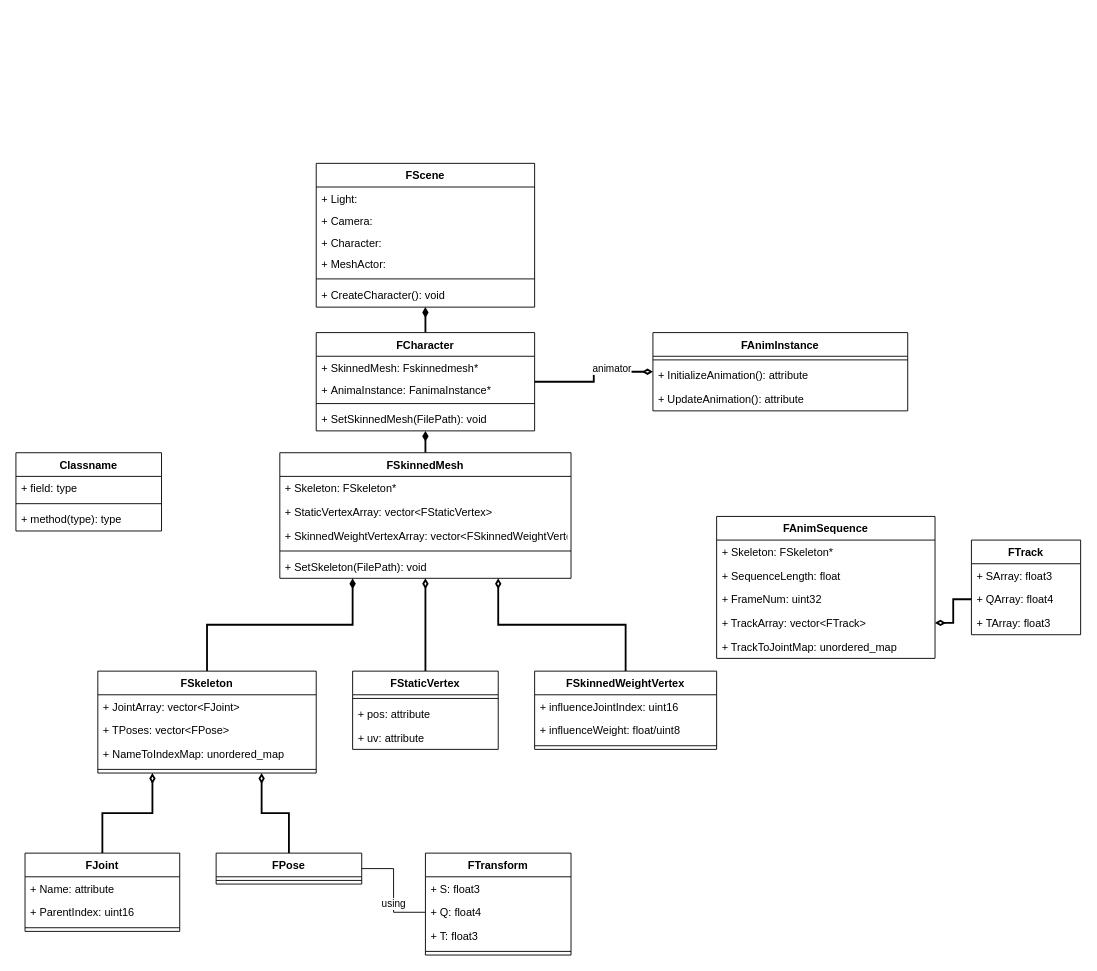
Mag357num/D3D12DrawMesh keeps this draw.io diagram as UML_SkeletonMesh.drawio. Above is the earlier version. Source tidied: cells renumbered, new cells numbered last; positions are measured from the earlier drawing's top-left corner, leaving out a move shared by most shapes. Both pictures are drawn from the tidied source at 91%, with x=0, y=0 at pixel (15, 163).
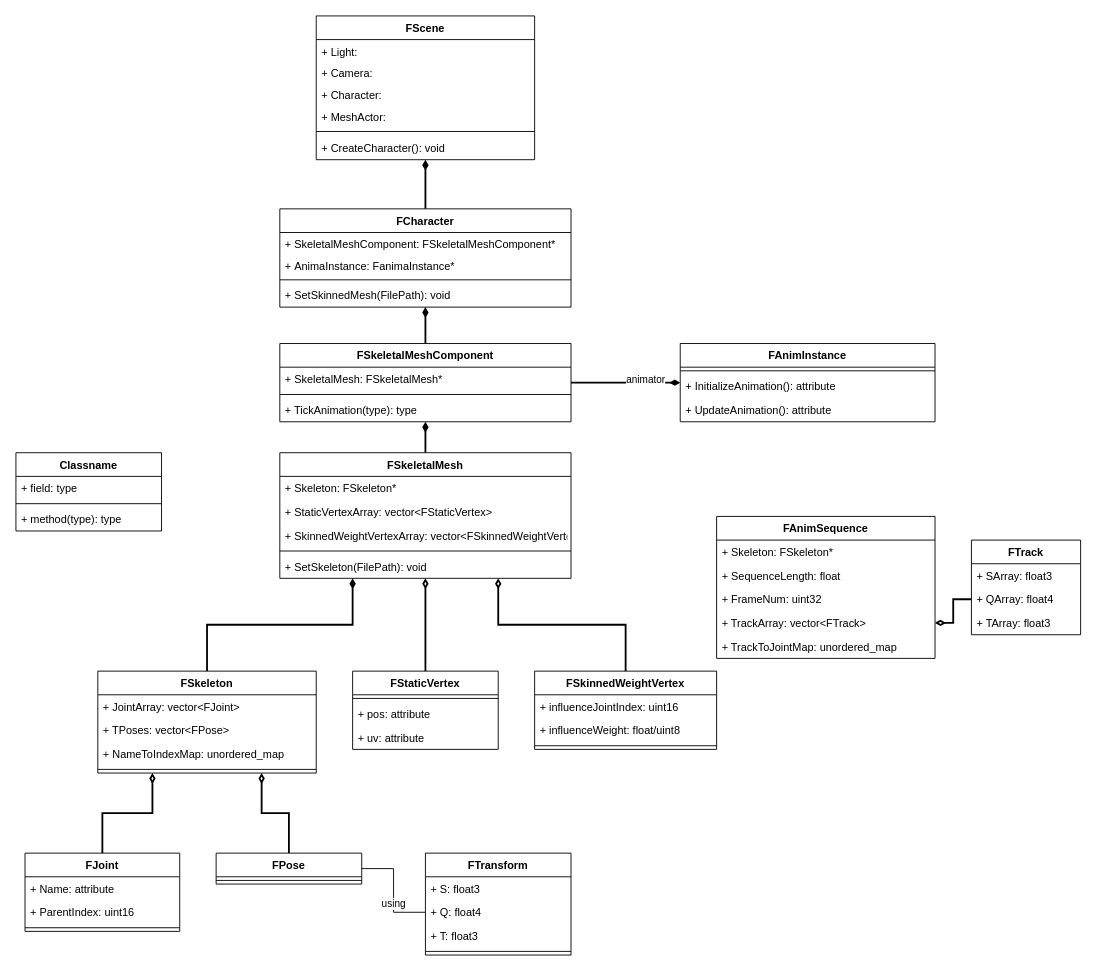
The same diagram, later.

Diff of the diagram source:
```diff
@@
-    <mxCell id="3" style="edgeStyle=orthogonalEdgeStyle;rounded=0;jettySize=auto;html=1;endArrow=diamondThin;endFill=0;strokeWidth=2;" parent="1" edge="1" source="5" target="70">
+    <mxCell id="3" style="edgeStyle=orthogonalEdgeStyle;rounded=0;jettySize=auto;html=1;endArrow=diamondThin;endFill=1;strokeWidth=2;" parent="1" edge="1" source="76" target="70">
       <mxGeometry relative="1" as="geometry" />
     </mxCell>
@@
     <mxCell id="5" value="FCharacter" style="swimlane;fontStyle=1;align=center;verticalAlign=top;horizontal=1;startSize=26;" parent="1" vertex="1">
-      <mxGeometry x="330" y="186" width="240" height="108" as="geometry" />
+      <mxGeometry x="290" y="50" width="320" height="108" as="geometry" />
     </mxCell>
-    <mxCell id="6" value="+ SkinnedMesh: Fskinnedmesh*" style="text;strokeColor=none;fillColor=none;align=left;verticalAlign=top;spacingLeft=4;spacingRight=4;overflow=hidden;" parent="5" vertex="1">
-      <mxGeometry y="26" width="240" height="24" as="geometry" />
+    <mxCell id="6" value="+ SkeletalMeshComponent: FSkeletalMeshComponent*" style="text;strokeColor=none;fillColor=none;align=left;verticalAlign=top;spacingLeft=4;spacingRight=4;overflow=hidden;" parent="5" vertex="1">
+      <mxGeometry y="26" width="320" height="24" as="geometry" />
     </mxCell>
     <mxCell id="7" value="+ AnimaInstance: FanimaInstance*" style="text;strokeColor=none;fillColor=none;align=left;verticalAlign=top;spacingLeft=4;spacingRight=4;overflow=hidden;" parent="5" vertex="1">
-      <mxGeometry y="50" width="240" height="24" as="geometry" />
+      <mxGeometry y="50" width="320" height="24" as="geometry" />
     </mxCell>
     <mxCell id="8" style="line;strokeWidth=1;fillColor=none;align=left;verticalAlign=middle;spacingTop=-1;spacingLeft=3;spacingRight=3;labelPosition=right;" parent="5" vertex="1">
-      <mxGeometry y="74" width="240" height="8" as="geometry" />
+      <mxGeometry y="74" width="320" height="8" as="geometry" />
     </mxCell>
     <mxCell id="9" value="+ SetSkinnedMesh(FilePath): void" style="text;strokeColor=none;fillColor=none;align=left;verticalAlign=top;spacingLeft=4;spacingRight=4;overflow=hidden;" parent="5" vertex="1">
-      <mxGeometry y="82" width="240" height="26" as="geometry" />
+      <mxGeometry y="82" width="320" height="26" as="geometry" />
     </mxCell>
-    <mxCell id="10" style="edgeStyle=orthogonalEdgeStyle;rounded=0;jettySize=auto;html=1;startArrow=none;startFill=0;endArrow=diamondThin;endFill=1;exitX=0.5;exitY=0;exitDx=0;exitDy=0;strokeWidth=2;entryX=0.5;entryY=1;entryDx=0;entryDy=0;" parent="1" edge="1" source="14" target="5">
-      <mxGeometry relative="1" as="geometry" />
-    </mxCell>
@@
+    <mxCell id="74" style="edgeStyle=orthogonalEdgeStyle;rounded=0;jettySize=auto;html=1;exitX=0.5;exitY=0;exitDx=0;exitDy=0;endArrow=diamondThin;endFill=1;strokeWidth=2;" parent="1" edge="1" source="14" target="76">
+      <mxGeometry relative="1" as="geometry" />
+    </mxCell>
-    <mxCell id="14" value="FSkinnedMesh" style="swimlane;fontStyle=1;align=center;verticalAlign=top;horizontal=1;startSize=26;" parent="1" vertex="1">
+    <mxCell id="14" value="FSkeletalMesh" style="swimlane;fontStyle=1;align=center;verticalAlign=top;horizontal=1;startSize=26;" parent="1" vertex="1">
       <mxGeometry x="290" y="318" width="320" height="138" as="geometry" />
     </mxCell>
@@
     <mxCell id="50" value="FScene" style="swimlane;fontStyle=1;align=center;verticalAlign=top;horizontal=1;startSize=26;" parent="1" vertex="1">
-      <mxGeometry x="330" width="240" height="158" as="geometry" />
+      <mxGeometry x="330" y="-162" width="240" height="158" as="geometry" />
     </mxCell>
@@
     <mxCell id="70" value="FAnimInstance&#10;" style="swimlane;fontStyle=1;align=center;verticalAlign=top;horizontal=1;startSize=26;" parent="1" vertex="1">
-      <mxGeometry x="700" y="186" width="280" height="86" as="geometry" />
+      <mxGeometry x="730" y="198" width="280" height="86" as="geometry" />
     </mxCell>
@@
+    <mxCell id="75" style="edgeStyle=orthogonalEdgeStyle;rounded=0;jettySize=auto;html=1;exitX=0.5;exitY=0;exitDx=0;exitDy=0;endArrow=diamondThin;endFill=1;strokeWidth=2;" parent="1" edge="1" source="76" target="5">
+      <mxGeometry relative="1" as="geometry" />
+    </mxCell>
+    <mxCell id="76" value="FSkeletalMeshComponent" style="swimlane;fontStyle=1;align=center;verticalAlign=top;horizontal=1;startSize=26;" parent="1" vertex="1">
+      <mxGeometry x="290" y="198" width="320" height="86" as="geometry" />
+    </mxCell>
+    <mxCell id="77" value="+ SkeletalMesh: FSkeletalMesh*" style="text;strokeColor=none;fillColor=none;align=left;verticalAlign=top;spacingLeft=4;spacingRight=4;overflow=hidden;" parent="76" vertex="1">
+      <mxGeometry y="26" width="320" height="26" as="geometry" />
+    </mxCell>
+    <mxCell id="78" style="line;strokeWidth=1;fillColor=none;align=left;verticalAlign=middle;spacingTop=-1;spacingLeft=3;spacingRight=3;labelPosition=right;" parent="76" vertex="1">
+      <mxGeometry y="52" width="320" height="8" as="geometry" />
+    </mxCell>
+    <mxCell id="79" value="+ TickAnimation(type): type" style="text;strokeColor=none;fillColor=none;align=left;verticalAlign=top;spacingLeft=4;spacingRight=4;overflow=hidden;" parent="76" vertex="1">
+      <mxGeometry y="60" width="320" height="26" as="geometry" />
+    </mxCell>
```
